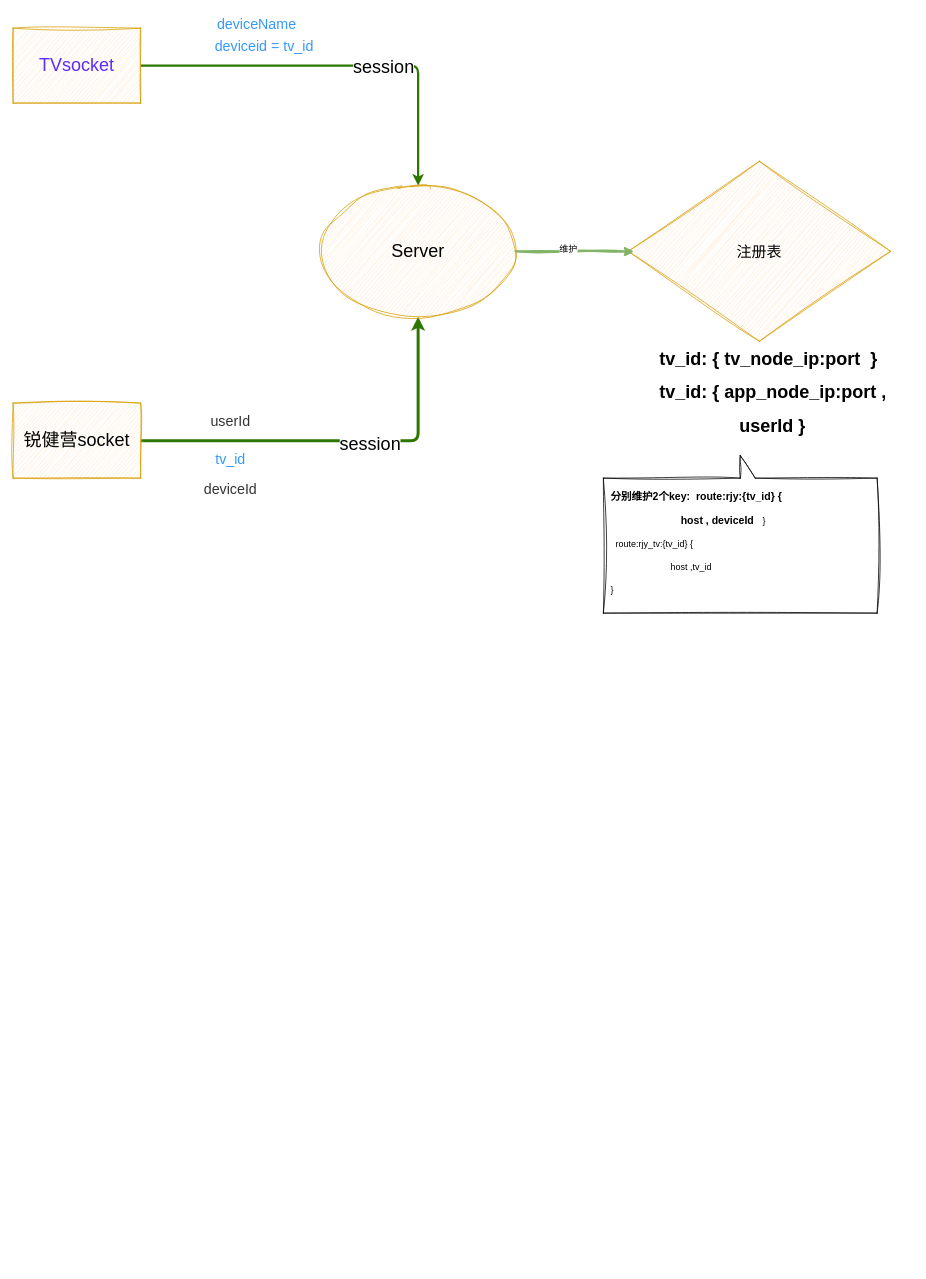
Before: page "锐健营TV websocket设计" (6 of 6) of GCroot.drawio in nayouzhenai/java_web, a draw.io diagram. Source tidied: cells renumbered, new cells numbered last; positions are measured from the earlier drawing's top-left corner, leaving out a move shared by most shapes. Both pictures are drawn from the tidied source at 75%, with x=0, y=0 at pixel (13, 13).
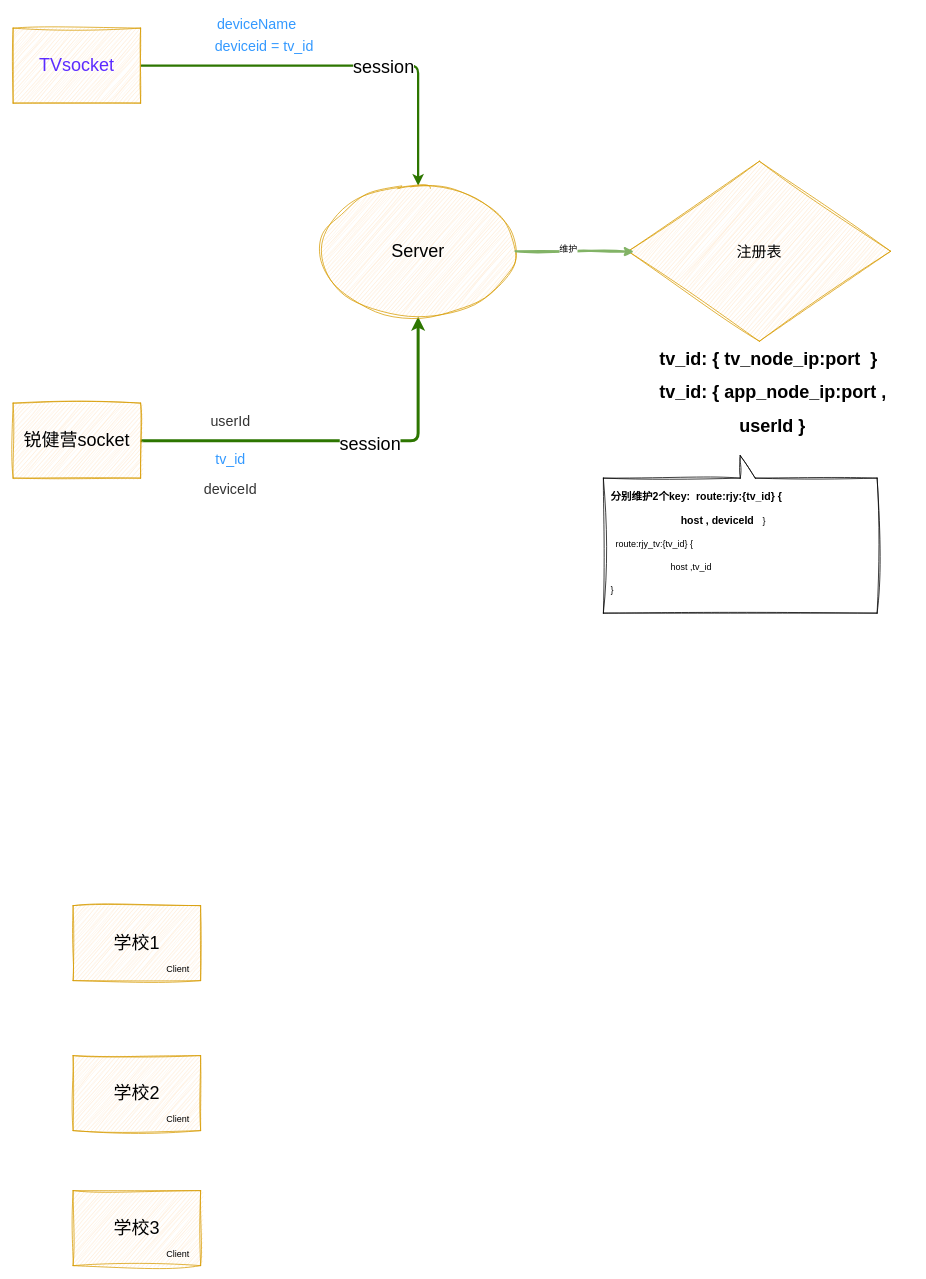
After the change.

What changed in the source:
```diff
@@
+    <mxCell id="20" value="&lt;font style=&quot;font-size: 24px;&quot;&gt;学校1&lt;/font&gt;" style="rounded=0;whiteSpace=wrap;html=1;shadow=0;sketch=1;curveFitting=1;jiggle=2;fillColor=#ffe6cc;strokeColor=#d79b00;" parent="1" vertex="1">
+      <mxGeometry x="80" y="1190" width="170" height="100" as="geometry" />
+    </mxCell>
+    <mxCell id="21" value="&lt;font style=&quot;font-size: 24px;&quot;&gt;学校2&lt;/font&gt;" style="rounded=0;whiteSpace=wrap;html=1;shadow=0;sketch=1;curveFitting=1;jiggle=2;fillColor=#ffe6cc;strokeColor=#d79b00;" parent="1" vertex="1">
+      <mxGeometry x="80" y="1390" width="170" height="100" as="geometry" />
+    </mxCell>
+    <mxCell id="22" value="&lt;font style=&quot;font-size: 24px;&quot;&gt;学校3&lt;/font&gt;" style="rounded=0;whiteSpace=wrap;html=1;shadow=0;sketch=1;curveFitting=1;jiggle=2;fillColor=#ffe6cc;strokeColor=#d79b00;" parent="1" vertex="1">
+      <mxGeometry x="80" y="1570" width="170" height="100" as="geometry" />
+    </mxCell>
+    <mxCell id="23" value="Client" style="text;html=1;align=center;verticalAlign=middle;whiteSpace=wrap;rounded=0;fontFamily=Helvetica;fontSize=12;fontColor=default;" parent="1" vertex="1">
+      <mxGeometry x="190" y="1460" width="60" height="30" as="geometry" />
+    </mxCell>
+    <mxCell id="24" value="Client" style="text;html=1;align=center;verticalAlign=middle;whiteSpace=wrap;rounded=0;fontFamily=Helvetica;fontSize=12;fontColor=default;" parent="1" vertex="1">
+      <mxGeometry x="190" y="1640" width="60" height="30" as="geometry" />
+    </mxCell>
+    <mxCell id="25" value="Client" style="text;html=1;align=center;verticalAlign=middle;whiteSpace=wrap;rounded=0;fontFamily=Helvetica;fontSize=12;fontColor=default;" parent="1" vertex="1">
+      <mxGeometry x="190" y="1260" width="60" height="30" as="geometry" />
+    </mxCell>
```
